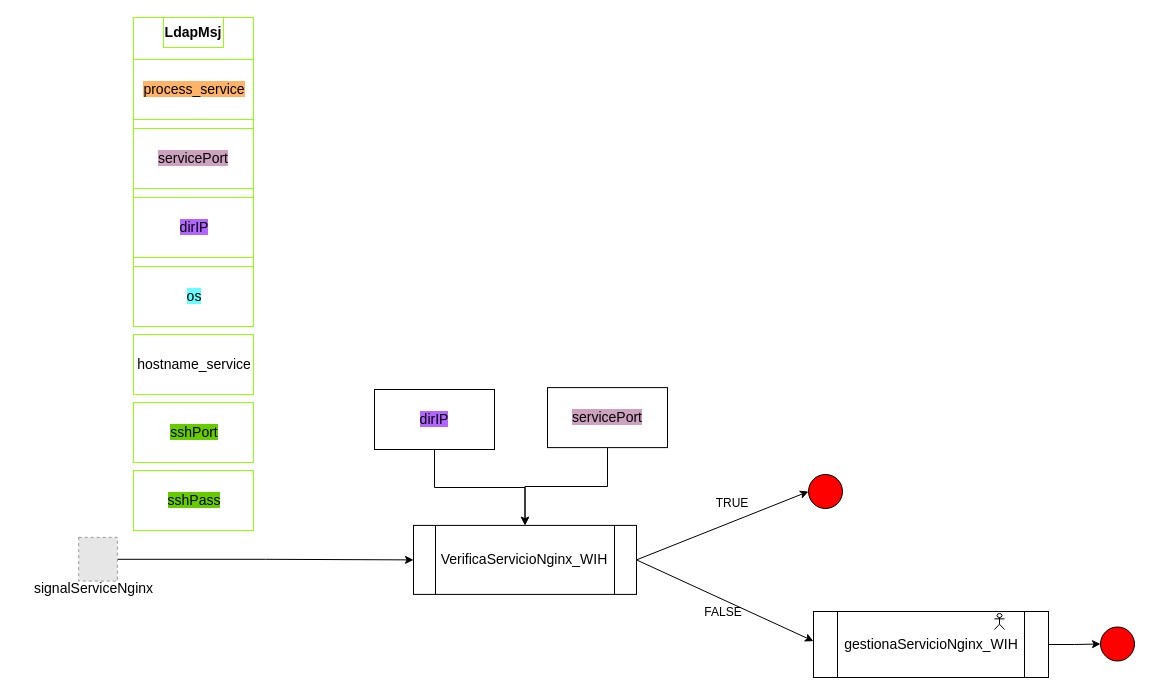
MarianaReyesH/gestionRed keeps this draw.io diagram as page "verificaServicioNginx" (3 of 4) of esquemaProcesos.drawio. Above is the earlier version. Source tidied: cells renumbered, new cells numbered last; positions are measured from the earlier drawing's top-left corner, leaving out a move shared by most shapes. Both pictures are drawn from the tidied source at 100%, with x=0, y=0 at pixel (17, 17). Pictures stored in the file or linked from it are replaced by grey dashed boxes.
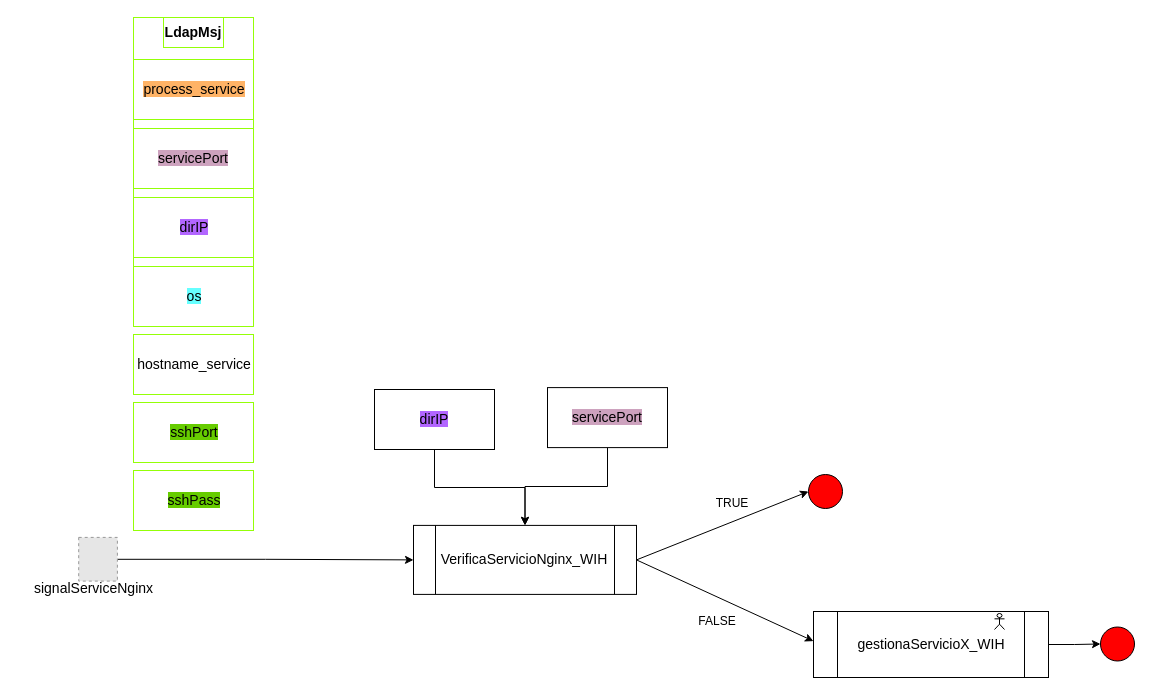
After the change.

What changed in the source:
```diff
@@
     <mxCell id="23" value="FALSE" style="text;html=1;align=center;verticalAlign=middle;whiteSpace=wrap;rounded=0;" parent="1" vertex="1">
-      <mxGeometry x="676" y="580" width="60" height="30" as="geometry" />
+      <mxGeometry x="670" y="589" width="60" height="30" as="geometry" />
     </mxCell>
@@
-    <mxCell id="25" value="&lt;font style=&quot;font-size: 14px;&quot;&gt;gestionaServicioNginx_WIH&lt;/font&gt;" style="shape=process;whiteSpace=wrap;html=1;backgroundOutline=1;" parent="1" vertex="1">
+    <mxCell id="25" value="&lt;font style=&quot;font-size: 14px;&quot;&gt;gestionaServicioX_WIH&lt;/font&gt;" style="shape=process;whiteSpace=wrap;html=1;backgroundOutline=1;" parent="1" vertex="1">
       <mxGeometry x="796" y="594" width="235" height="66" as="geometry" />
     </mxCell>
```
